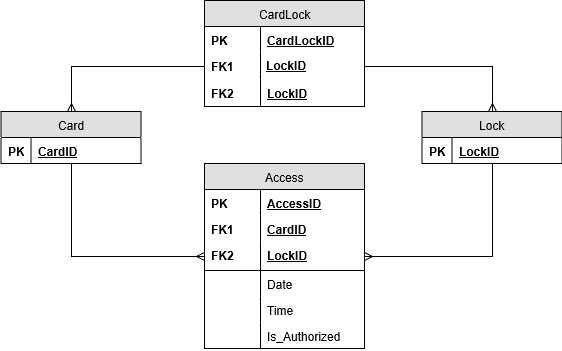
Earlier version of the draw.io export docs/chapters/images/schema.png (adapiekarska/centralized-lock-system). Source tidied: cells renumbered, new cells last; positions are measured from the earlier drawing's top-left corner, leaving out a move shared by most shapes.
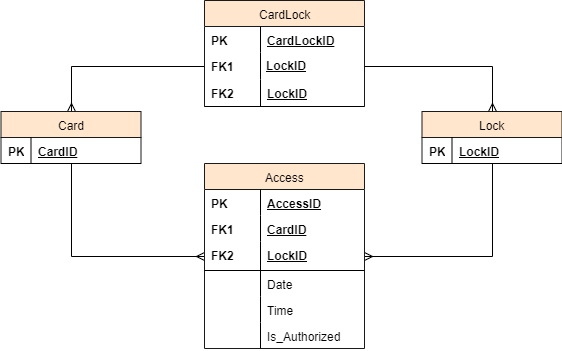
After the change.

What changed in the source:
```diff
@@ -5,7 +5,7 @@
     <mxCell id="2" style="edgeStyle=orthogonalEdgeStyle;rounded=0;jettySize=auto;html=1;entryX=0;entryY=0.5;entryDx=0;entryDy=0;startArrow=ERmany;startFill=0;endArrow=none;endFill=0;" parent="1" edge="1" source="3" target="9">
       <mxGeometry relative="1" as="geometry" />
     </mxCell>
-    <mxCell id="3" value="Card" style="swimlane;html=1;fontStyle=0;horizontal=1;startSize=26;fillColor=#e0e0e0;swimlaneFillColor=#ffffff;" parent="1" vertex="1">
+    <mxCell id="3" value="Card" style="swimlane;html=1;fontStyle=0;horizontal=1;startSize=26;fillColor=#ffe6cc;swimlaneFillColor=#ffffff;strokeColor=#1A1A1A;" parent="1" vertex="1">
       <mxGeometry x="0.5" y="111" width="140" height="52" as="geometry" />
     </mxCell>
     <mxCell id="4" value="CardID" style="shape=partialRectangle;top=0;left=0;right=0;bottom=1;html=1;align=left;verticalAlign=top;fillColor=none;spacingLeft=34;spacingRight=4;whiteSpace=wrap;overflow=hidden;fontStyle=5;" parent="3" vertex="1">
@@ -14,7 +14,7 @@
     <mxCell id="5" value="PK" style="shape=partialRectangle;top=0;left=0;bottom=0;html=1;fillColor=none;align=left;verticalAlign=top;spacingLeft=4;spacingRight=4;whiteSpace=wrap;overflow=hidden;fontStyle=1;" parent="4" vertex="1">
       <mxGeometry width="30" height="26" as="geometry" />
     </mxCell>
-    <mxCell id="6" value="CardLock" style="swimlane;html=1;fontStyle=0;horizontal=1;startSize=26;fillColor=#e0e0e0;swimlaneFillColor=#ffffff;" parent="1" vertex="1">
+    <mxCell id="6" value="CardLock" style="swimlane;html=1;fontStyle=0;horizontal=1;startSize=26;fillColor=#ffe6cc;swimlaneFillColor=#ffffff;strokeColor=#1A1A1A;" parent="1" vertex="1">
       <mxGeometry x="204" width="160" height="106" as="geometry" />
     </mxCell>
     <mxCell id="7" value="CardLockID" style="shape=partialRectangle;top=0;left=0;right=0;bottom=0;html=1;align=left;verticalAlign=top;fillColor=none;spacingLeft=60;spacingRight=4;whiteSpace=wrap;overflow=hidden;fontStyle=5;" parent="6" vertex="1">
@@ -35,7 +35,7 @@
     <mxCell id="12" value="FK2" style="shape=partialRectangle;top=0;left=0;bottom=0;html=1;fillColor=none;align=left;verticalAlign=top;spacingLeft=4;spacingRight=4;whiteSpace=wrap;overflow=hidden;fontStyle=1;" parent="11" vertex="1">
       <mxGeometry width="56" height="27" as="geometry" />
     </mxCell>
-    <mxCell id="13" value="Lock" style="swimlane;html=1;fontStyle=0;horizontal=1;startSize=26;fillColor=#e0e0e0;swimlaneFillColor=#ffffff;" parent="1" vertex="1">
+    <mxCell id="13" value="Lock" style="swimlane;html=1;fontStyle=0;horizontal=1;startSize=26;fillColor=#ffe6cc;swimlaneFillColor=#ffffff;strokeColor=#1A1A1A;" parent="1" vertex="1">
       <mxGeometry x="421.5" y="111" width="140" height="52" as="geometry" />
     </mxCell>
     <mxCell id="14" value="LockID" style="shape=partialRectangle;top=0;left=0;right=0;bottom=1;html=1;align=left;verticalAlign=top;fillColor=none;spacingLeft=34;spacingRight=4;whiteSpace=wrap;overflow=hidden;fontStyle=5;" parent="13" vertex="1">
@@ -50,7 +50,7 @@
     <mxCell id="17" style="edgeStyle=orthogonalEdgeStyle;rounded=0;jettySize=auto;html=1;entryX=0.5;entryY=1;entryDx=0;entryDy=0;startArrow=ERmany;startFill=0;endArrow=none;endFill=0;" parent="1" edge="1" source="18" target="13">
       <mxGeometry relative="1" as="geometry" />
     </mxCell>
-    <mxCell id="18" value="Access" style="swimlane;html=1;fontStyle=0;horizontal=1;startSize=26;fillColor=#e0e0e0;swimlaneFillColor=#ffffff;" parent="1" vertex="1">
+    <mxCell id="18" value="Access" style="swimlane;html=1;fontStyle=0;horizontal=1;startSize=26;fillColor=#ffe6cc;swimlaneFillColor=#ffffff;strokeColor=#1A1A1A;" parent="1" vertex="1">
       <mxGeometry x="204" y="163" width="160" height="185" as="geometry" />
     </mxCell>
     <mxCell id="19" value="AccessID" style="shape=partialRectangle;top=0;left=0;right=0;bottom=0;html=1;align=left;verticalAlign=top;fillColor=none;spacingLeft=60;spacingRight=4;whiteSpace=wrap;overflow=hidden;fontStyle=5;" parent="18" vertex="1">
```
